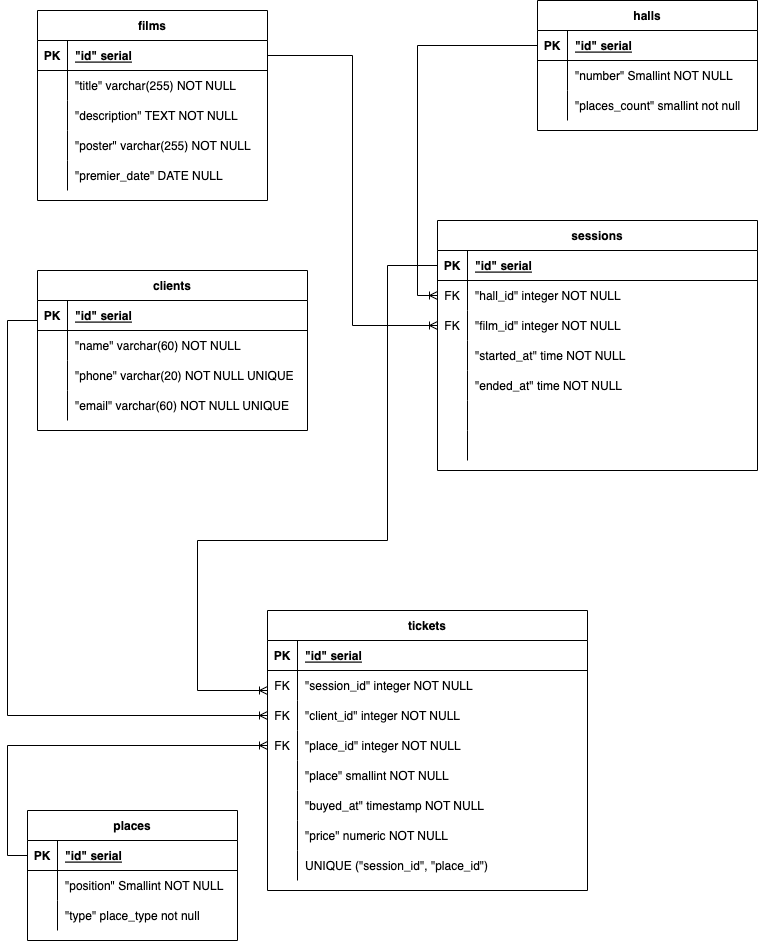
Before: relations.png, a diagram exported from draw.io (otusteamedu/PHP_2022). Source tidied: cells renumbered, new cells last; positions are measured from the earlier drawing's top-left corner, leaving out a move shared by most shapes.
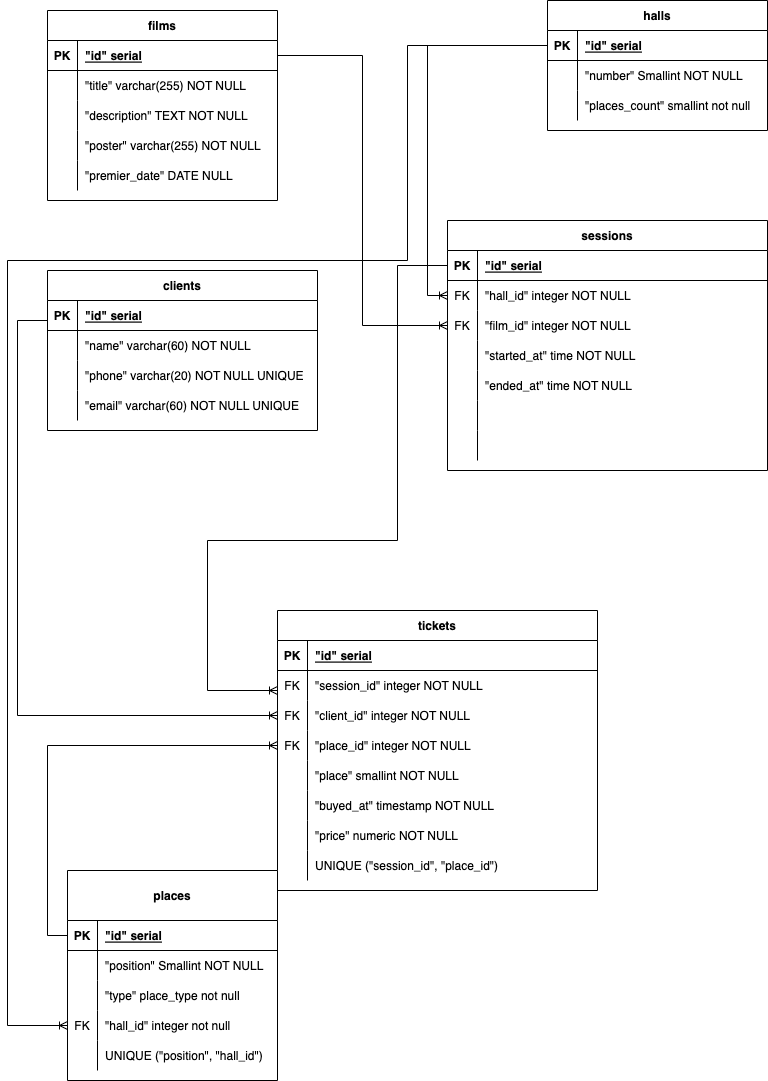
Above is the later version.

Commit message:
правки по ревью

The edit, as a diff of the source:
```diff
@@ -288,11 +288,11 @@
     <mxCell id="91" style="edgeStyle=orthogonalEdgeStyle;rounded=0;jettySize=auto;html=1;startArrow=ERoneToMany;startFill=0;endArrow=none;endFill=0;entryX=1;entryY=0.5;entryDx=0;entryDy=0;" parent="1" edge="1" source="48" target="3">
       <mxGeometry relative="1" as="geometry" />
     </mxCell>
-    <mxCell id="92" value="places" style="shape=table;startSize=30;rowLines=0;fontStyle=1;align=center;" parent="1" vertex="1">
-      <mxGeometry x="20" y="810" width="210" height="130" as="geometry" />
+    <mxCell id="92" value="places" style="shape=table;startSize=50;rowLines=0;fontStyle=1;align=center;" parent="1" vertex="1">
+      <mxGeometry x="50" y="870" width="210" height="210" as="geometry" />
     </mxCell>
     <mxCell id="93" style="shape=tableRow;horizontal=0;startSize=0;swimlaneHead=0;swimlaneBody=0;fillColor=none;points=[[0,0.5],[1,0.5]];portConstraint=eastwest;top=0;left=0;right=0;bottom=1;" parent="92" vertex="1">
-      <mxGeometry y="30" width="210" height="30" as="geometry" />
+      <mxGeometry y="50" width="210" height="30" as="geometry" />
     </mxCell>
     <mxCell id="94" value="PK" style="shape=partialRectangle;overflow=hidden;fillColor=none;top=0;left=0;bottom=0;right=0;fontStyle=1;" parent="93" vertex="1">
       <mxGeometry width="30" height="30" as="geometry" />
@@ -301,7 +301,7 @@
       <mxGeometry x="30" width="180" height="30" as="geometry" />
     </mxCell>
     <mxCell id="96" style="shape=tableRow;horizontal=0;startSize=0;swimlaneHead=0;swimlaneBody=0;fillColor=none;top=0;left=0;right=0;bottom=0;" parent="92" vertex="1">
-      <mxGeometry y="60" width="210" height="30" as="geometry" />
+      <mxGeometry y="80" width="210" height="30" as="geometry" />
     </mxCell>
     <mxCell id="97" style="shape=partialRectangle;overflow=hidden;fillColor=none;top=0;left=0;bottom=0;right=0;" parent="96" vertex="1">
       <mxGeometry width="30" height="30" as="geometry" />
@@ -310,7 +310,7 @@
       <mxGeometry x="30" width="180" height="30" as="geometry" />
     </mxCell>
     <mxCell id="99" style="shape=tableRow;horizontal=0;startSize=0;swimlaneHead=0;swimlaneBody=0;fillColor=none;top=0;left=0;right=0;bottom=0;" parent="92" vertex="1">
-      <mxGeometry y="90" width="210" height="30" as="geometry" />
+      <mxGeometry y="110" width="210" height="30" as="geometry" />
     </mxCell>
     <mxCell id="100" style="shape=partialRectangle;overflow=hidden;fillColor=none;top=0;left=0;bottom=0;right=0;" parent="99" vertex="1">
       <mxGeometry width="30" height="30" as="geometry" />
@@ -318,8 +318,36 @@
     <mxCell id="101" value="&quot;type&quot; place_type not null" style="shape=partialRectangle;overflow=hidden;fillColor=none;align=left;top=0;left=0;bottom=0;right=0;spacingLeft=6;" parent="99" vertex="1">
       <mxGeometry x="30" width="180" height="30" as="geometry" />
     </mxCell>
+    <mxCell id="103" style="shape=tableRow;horizontal=0;startSize=0;swimlaneHead=0;swimlaneBody=0;fillColor=none;points=[[0,0.5],[1,0.5]];portConstraint=eastwest;top=0;left=0;right=0;bottom=0;" parent="92" vertex="1">
+      <mxGeometry y="140" width="210" height="30" as="geometry" />
+    </mxCell>
+    <mxCell id="104" value="FK" style="shape=partialRectangle;overflow=hidden;fillColor=none;top=0;left=0;bottom=0;right=0;" parent="103" vertex="1">
+      <mxGeometry width="30" height="30" as="geometry" />
+    </mxCell>
+    <mxCell id="105" value="&quot;hall_id&quot; integer not null" style="shape=partialRectangle;overflow=hidden;fillColor=none;align=left;top=0;left=0;bottom=0;right=0;spacingLeft=6;" parent="103" vertex="1">
+      <mxGeometry x="30" width="180" height="30" as="geometry" />
+    </mxCell>
+    <mxCell id="106" style="shape=tableRow;horizontal=0;startSize=0;swimlaneHead=0;swimlaneBody=0;fillColor=none;top=0;left=0;right=0;bottom=0;" parent="92" vertex="1">
+      <mxGeometry y="170" width="210" height="30" as="geometry" />
+    </mxCell>
+    <mxCell id="107" style="shape=partialRectangle;overflow=hidden;fillColor=none;top=0;left=0;bottom=0;right=0;" parent="106" vertex="1">
+      <mxGeometry width="30" height="30" as="geometry" />
+    </mxCell>
+    <mxCell id="108" value="UNIQUE (&quot;position&quot;, &quot;hall_id&quot;)" style="shape=partialRectangle;overflow=hidden;fillColor=none;align=left;top=0;left=0;bottom=0;right=0;spacingLeft=6;" parent="106" vertex="1">
+      <mxGeometry x="30" width="180" height="30" as="geometry" />
+    </mxCell>
     <mxCell id="102" style="edgeStyle=orthogonalEdgeStyle;rounded=0;jettySize=auto;html=1;exitX=0;exitY=0.5;exitDx=0;exitDy=0;entryX=0;entryY=0.5;entryDx=0;entryDy=0;endArrow=none;endFill=0;startArrow=ERoneToMany;startFill=0;" parent="1" edge="1" source="73" target="93">
       <mxGeometry relative="1" as="geometry" />
     </mxCell>
+    <mxCell id="109" style="edgeStyle=orthogonalEdgeStyle;rounded=0;jettySize=auto;html=1;exitX=0;exitY=0.5;exitDx=0;exitDy=0;startArrow=ERoneToMany;startFill=0;endArrow=none;endFill=0;entryX=0;entryY=0.5;entryDx=0;entryDy=0;" parent="1" edge="1" source="103" target="32">
+      <mxGeometry relative="1" as="geometry">
+        <Array as="points">
+          <mxPoint x="-10" y="1025" />
+          <mxPoint x="-10" y="260" />
+          <mxPoint x="390" y="260" />
+          <mxPoint x="390" y="45" />
+        </Array>
+      </mxGeometry>
+    </mxCell>
   </root>
 </mxGraphModel>
```
